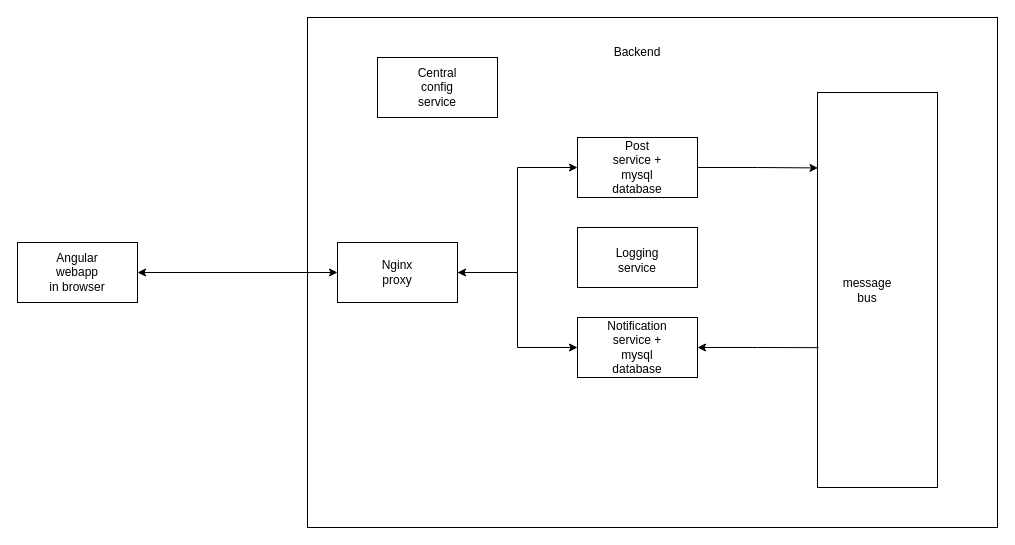
The draw.io diagram architecture/JavaAdv3Diagram.drawio in pxlit-projects/project-IrenvanderBeekPXL, before the edit. Source tidied: cells renumbered, new cells numbered last; positions are measured from the earlier drawing's top-left corner, leaving out a move shared by most shapes. Both pictures are drawn from the tidied source at 100%, with x=0, y=0 at pixel (17, 17).
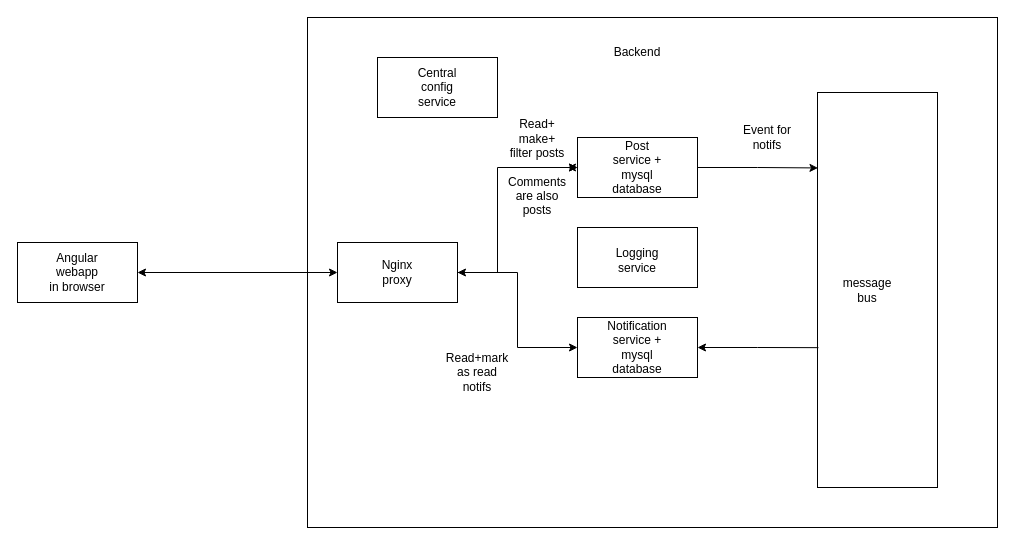
After the change.

The change refers to these unchanged cells:
```xml
<mxCell id="6" style="rounded=0;whiteSpace=wrap;html=1;" parent="1" vertex="1">
  <mxGeometry x="320" y="225" width="120" height="60" as="geometry" />
</mxCell>
<mxCell id="8" style="rounded=0;whiteSpace=wrap;html=1;" parent="1" vertex="1">
  <mxGeometry x="560" y="120" width="120" height="60" as="geometry" />
</mxCell>
```

Diff of the diagram source:
```diff
@@
-    <mxCell id="5" style="edgeStyle=orthogonalEdgeStyle;rounded=0;jettySize=auto;html=1;exitX=1;exitY=0.5;exitDx=0;exitDy=0;entryX=0;entryY=0.5;entryDx=0;entryDy=0;startArrow=classic;startFill=1;" parent="1" edge="1" source="6" target="8">
+    <mxCell id="5" style="edgeStyle=orthogonalEdgeStyle;rounded=0;jettySize=auto;html=1;exitX=1;exitY=0.5;exitDx=0;exitDy=0;entryX=0;entryY=0.5;entryDx=0;entryDy=0;startArrow=classic;startFill=1;" parent="1" edge="1" source="26" target="8">
       <mxGeometry relative="1" as="geometry" />
     </mxCell>
@@
+    <mxCell id="23" value="Event for notifs" style="text;html=1;align=center;verticalAlign=middle;whiteSpace=wrap;rounded=0;" parent="1" vertex="1">
+      <mxGeometry x="720" y="105" width="60" height="30" as="geometry" />
+    </mxCell>
+    <mxCell id="24" value="Read+&lt;span style=&quot;background-color: initial;&quot;&gt;mark as read notifs&lt;/span&gt;" style="text;html=1;align=center;verticalAlign=middle;whiteSpace=wrap;rounded=0;" parent="1" vertex="1">
+      <mxGeometry x="430" y="340" width="60" height="30" as="geometry" />
+    </mxCell>
+    <mxCell id="25" style="edgeStyle=orthogonalEdgeStyle;rounded=0;jettySize=auto;html=1;exitX=1;exitY=0.5;exitDx=0;exitDy=0;entryX=0;entryY=0.5;entryDx=0;entryDy=0;startArrow=classic;startFill=1;" parent="1" edge="1" source="6" target="8">
+      <mxGeometry relative="1" as="geometry">
+        <Array as="points">
+          <mxPoint x="480" y="255" />
+          <mxPoint x="480" y="150" />
+        </Array>
+      </mxGeometry>
+    </mxCell>
+    <mxCell id="26" value="Read+&lt;div&gt;make+&lt;/div&gt;&lt;div&gt;filter posts&lt;br&gt;&lt;br&gt;Comments are also posts&lt;/div&gt;" style="text;html=1;align=center;verticalAlign=middle;whiteSpace=wrap;rounded=0;" parent="1" vertex="1">
+      <mxGeometry x="490" y="135" width="60" height="30" as="geometry" />
+    </mxCell>
```
